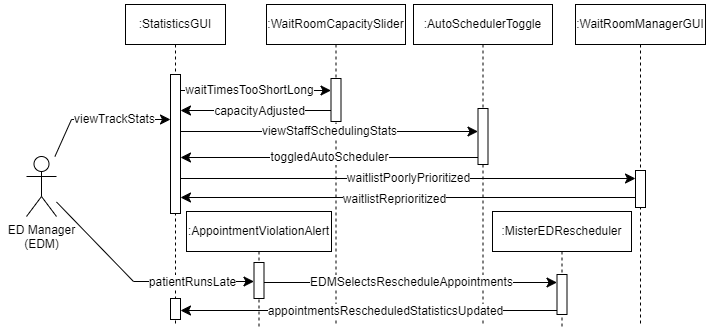
Before: AmirWork/M2/ED_Manager_SequenceDiagram.drawio.png, a diagram exported from draw.io (SENG-350-2024-fall/Team9). Source tidied: cells renumbered, new cells last; positions are measured from the earlier drawing's top-left corner, leaving out a move shared by most shapes. Source of this version:
```xml
<mxGraphModel background="#ffffff">
  <root>
    <mxCell id="0" />
    <mxCell id="1" parent="0" />
    <mxCell id="2" style="rounded=0;whiteSpace=wrap;html=1;strokeColor=none;" parent="1" vertex="1">
      <mxGeometry x="557" width="156" height="331" as="geometry" />
    </mxCell>
    <mxCell id="3" style="rounded=0;whiteSpace=wrap;html=1;strokeColor=none;" parent="1" vertex="1">
      <mxGeometry width="151" height="271" as="geometry" />
    </mxCell>
    <mxCell id="4" value=":StatisticsGUI" style="shape=umlLifeline;perimeter=lifelinePerimeter;whiteSpace=wrap;html=1;newEdgeStyle={&quot;edgeStyle&quot;:&quot;elbowEdgeStyle&quot;,&quot;elbow&quot;:&quot;vertical&quot;,&quot;curved&quot;:0,&quot;rounded&quot;:0};" parent="1" vertex="1">
      <mxGeometry x="125" y="4" width="100" height="322" as="geometry" />
    </mxCell>
    <mxCell id="5" style="html=1;points=[];perimeter=orthogonalPerimeter;outlineConnect=0;targetShapes=umlLifeline;portConstraint=eastwest;newEdgeStyle={&quot;edgeStyle&quot;:&quot;elbowEdgeStyle&quot;,&quot;elbow&quot;:&quot;vertical&quot;,&quot;curved&quot;:0,&quot;rounded&quot;:0};" parent="4" vertex="1">
      <mxGeometry x="45" y="70" width="10" height="139" as="geometry" />
    </mxCell>
    <mxCell id="6" style="html=1;points=[];perimeter=orthogonalPerimeter;outlineConnect=0;targetShapes=umlLifeline;portConstraint=eastwest;newEdgeStyle={&quot;edgeStyle&quot;:&quot;elbowEdgeStyle&quot;,&quot;elbow&quot;:&quot;vertical&quot;,&quot;curved&quot;:0,&quot;rounded&quot;:0};" parent="4" vertex="1">
      <mxGeometry x="45" y="294" width="10" height="21" as="geometry" />
    </mxCell>
    <mxCell id="7" value=":WaitRoomCapacitySlider" style="shape=umlLifeline;perimeter=lifelinePerimeter;whiteSpace=wrap;html=1;newEdgeStyle={&quot;edgeStyle&quot;:&quot;elbowEdgeStyle&quot;,&quot;elbow&quot;:&quot;vertical&quot;,&quot;curved&quot;:0,&quot;rounded&quot;:0};" parent="1" vertex="1">
      <mxGeometry x="266" y="4" width="139" height="320" as="geometry" />
    </mxCell>
    <mxCell id="8" style="html=1;points=[];perimeter=orthogonalPerimeter;outlineConnect=0;targetShapes=umlLifeline;portConstraint=eastwest;newEdgeStyle={&quot;edgeStyle&quot;:&quot;elbowEdgeStyle&quot;,&quot;elbow&quot;:&quot;vertical&quot;,&quot;curved&quot;:0,&quot;rounded&quot;:0};" parent="7" vertex="1">
      <mxGeometry x="64.5" y="74" width="10" height="43" as="geometry" />
    </mxCell>
    <mxCell id="9" style="edgeStyle=none;curved=0;rounded=0;jettySize=auto;html=1;fontSize=12;startSize=8;endSize=8;" parent="1" edge="1" source="13" target="5">
      <mxGeometry x="-0.02" y="4" relative="1" as="geometry">
        <Array as="points">
          <mxPoint x="71" y="119" />
        </Array>
      </mxGeometry>
    </mxCell>
    <mxCell id="10" value="viewTrackStats" style="edgeLabel;html=1;align=center;verticalAlign=middle;fontSize=12;" parent="9" vertex="1">
      <mxGeometry x="0.09" y="-1" relative="1" as="geometry">
        <mxPoint x="7" y="-2" as="offset" />
      </mxGeometry>
    </mxCell>
    <mxCell id="11" style="edgeStyle=none;curved=0;rounded=0;jettySize=auto;html=1;fontSize=12;startSize=8;endSize=8;" parent="1" edge="1" source="13" target="31">
      <mxGeometry relative="1" as="geometry">
        <Array as="points">
          <mxPoint x="133" y="281" />
        </Array>
      </mxGeometry>
    </mxCell>
    <mxCell id="12" value="patientRunsLate" style="edgeLabel;html=1;align=center;verticalAlign=middle;fontSize=12;" parent="11" vertex="1">
      <mxGeometry x="0.18" y="-1" relative="1" as="geometry">
        <mxPoint x="32" y="-1" as="offset" />
      </mxGeometry>
    </mxCell>
    <mxCell id="13" value="ED Manager&lt;div&gt;(EDM)&lt;/div&gt;" style="shape=umlActor;verticalLabelPosition=bottom;verticalAlign=top;html=1;outlineConnect=0;" parent="1" vertex="1">
      <mxGeometry x="26" y="156" width="30" height="60" as="geometry" />
    </mxCell>
    <mxCell id="14" style="edgeStyle=elbowEdgeStyle;curved=0;rounded=0;jettySize=auto;html=1;elbow=vertical;fontSize=12;startSize=8;endSize=8;" parent="1" edge="1" source="5" target="8">
      <mxGeometry relative="1" as="geometry">
        <Array as="points">
          <mxPoint x="232" y="90" />
        </Array>
      </mxGeometry>
    </mxCell>
    <mxCell id="15" value="waitTimesTooShortLong" style="edgeLabel;html=1;align=center;verticalAlign=middle;fontSize=12;" parent="14" vertex="1">
      <mxGeometry x="0.2" y="1" relative="1" as="geometry">
        <mxPoint x="-22" as="offset" />
      </mxGeometry>
    </mxCell>
    <mxCell id="16" style="edgeStyle=elbowEdgeStyle;curved=0;rounded=0;jettySize=auto;html=1;elbow=vertical;fontSize=12;startSize=8;endSize=8;" parent="1" edge="1" source="8" target="5">
      <mxGeometry relative="1" as="geometry">
        <Array as="points">
          <mxPoint x="254" y="110" />
        </Array>
      </mxGeometry>
    </mxCell>
    <mxCell id="17" value="capacityAdjusted" style="edgeLabel;html=1;align=center;verticalAlign=middle;fontSize=12;" parent="16" vertex="1">
      <mxGeometry x="-0.05" relative="1" as="geometry" />
    </mxCell>
    <mxCell id="18" value=":AutoSchedulerToggle" style="shape=umlLifeline;perimeter=lifelinePerimeter;whiteSpace=wrap;html=1;newEdgeStyle={&quot;edgeStyle&quot;:&quot;elbowEdgeStyle&quot;,&quot;elbow&quot;:&quot;vertical&quot;,&quot;curved&quot;:0,&quot;rounded&quot;:0};" parent="1" vertex="1">
      <mxGeometry x="413" y="4" width="139" height="319" as="geometry" />
    </mxCell>
    <mxCell id="19" style="html=1;points=[];perimeter=orthogonalPerimeter;outlineConnect=0;targetShapes=umlLifeline;portConstraint=eastwest;newEdgeStyle={&quot;edgeStyle&quot;:&quot;elbowEdgeStyle&quot;,&quot;elbow&quot;:&quot;vertical&quot;,&quot;curved&quot;:0,&quot;rounded&quot;:0};" parent="18" vertex="1">
      <mxGeometry x="64.5" y="104" width="10" height="56" as="geometry" />
    </mxCell>
    <mxCell id="20" value="viewStaffSchedulingStats" style="edgeStyle=elbowEdgeStyle;curved=0;rounded=0;jettySize=auto;html=1;elbow=vertical;fontSize=12;startSize=8;endSize=8;" parent="1" edge="1" source="5" target="19">
      <mxGeometry relative="1" as="geometry">
        <Array as="points">
          <mxPoint x="334" y="131" />
        </Array>
      </mxGeometry>
    </mxCell>
    <mxCell id="21" value="toggledAutoScheduler" style="edgeStyle=elbowEdgeStyle;curved=0;rounded=0;jettySize=auto;html=1;elbow=vertical;fontSize=12;startSize=8;endSize=8;" parent="1" edge="1" source="19" target="5">
      <mxGeometry relative="1" as="geometry">
        <Array as="points">
          <mxPoint x="335" y="157" />
        </Array>
      </mxGeometry>
    </mxCell>
    <mxCell id="22" value=":WaitRoomManagerGUI" style="shape=umlLifeline;perimeter=lifelinePerimeter;whiteSpace=wrap;html=1;outlineConnect=0;portConstraint=eastwest;newEdgeStyle={&quot;edgeStyle&quot;:&quot;elbowEdgeStyle&quot;,&quot;elbow&quot;:&quot;vertical&quot;,&quot;curved&quot;:0,&quot;rounded&quot;:0};" parent="1" vertex="1">
      <mxGeometry x="575" y="4" width="130" height="322" as="geometry" />
    </mxCell>
    <mxCell id="23" style="edgeStyle=elbowEdgeStyle;curved=0;rounded=0;jettySize=auto;html=1;elbow=vertical;fontSize=12;startSize=8;endSize=8;" parent="22" edge="1" source="26" target="22">
      <mxGeometry relative="1" as="geometry" />
    </mxCell>
    <mxCell id="24" style="edgeStyle=elbowEdgeStyle;curved=0;rounded=0;jettySize=auto;html=1;elbow=vertical;fontSize=12;startSize=8;endSize=8;" parent="22" edge="1" source="26" target="22">
      <mxGeometry relative="1" as="geometry" />
    </mxCell>
    <mxCell id="25" style="edgeStyle=elbowEdgeStyle;curved=0;rounded=0;jettySize=auto;html=1;elbow=vertical;fontSize=12;startSize=8;endSize=8;" parent="22" edge="1" source="26" target="22">
      <mxGeometry relative="1" as="geometry" />
    </mxCell>
    <mxCell id="26" style="html=1;points=[];perimeter=orthogonalPerimeter;outlineConnect=0;targetShapes=umlLifeline;portConstraint=eastwest;newEdgeStyle={&quot;edgeStyle&quot;:&quot;elbowEdgeStyle&quot;,&quot;elbow&quot;:&quot;vertical&quot;,&quot;curved&quot;:0,&quot;rounded&quot;:0};" parent="22" vertex="1">
      <mxGeometry x="60" y="166" width="10" height="37" as="geometry" />
    </mxCell>
    <mxCell id="27" value="waitlistPoorlyPrioritized" style="edgeStyle=elbowEdgeStyle;curved=0;rounded=0;jettySize=auto;html=1;elbow=vertical;fontSize=12;startSize=8;endSize=8;" parent="1" edge="1" source="5" target="26">
      <mxGeometry relative="1" as="geometry">
        <Array as="points">
          <mxPoint x="399" y="178" />
        </Array>
      </mxGeometry>
    </mxCell>
    <mxCell id="28" style="edgeStyle=elbowEdgeStyle;curved=0;rounded=0;jettySize=auto;html=1;elbow=vertical;fontSize=12;startSize=8;endSize=8;" parent="1" edge="1" source="26" target="5">
      <mxGeometry relative="1" as="geometry">
        <Array as="points">
          <mxPoint x="404" y="197" />
        </Array>
      </mxGeometry>
    </mxCell>
    <mxCell id="29" value="waitlistReprioritized" style="edgeLabel;html=1;align=center;verticalAlign=middle;fontSize=12;" parent="28" vertex="1">
      <mxGeometry x="0.06" y="1" relative="1" as="geometry" />
    </mxCell>
    <mxCell id="30" value=":AppointmentViolationAlert" style="shape=umlLifeline;perimeter=lifelinePerimeter;whiteSpace=wrap;html=1;newEdgeStyle={&quot;edgeStyle&quot;:&quot;elbowEdgeStyle&quot;,&quot;elbow&quot;:&quot;vertical&quot;,&quot;curved&quot;:0,&quot;rounded&quot;:0};" parent="1" vertex="1">
      <mxGeometry x="186" y="211" width="145" height="116" as="geometry" />
    </mxCell>
    <mxCell id="31" style="html=1;points=[];perimeter=orthogonalPerimeter;outlineConnect=0;targetShapes=umlLifeline;portConstraint=eastwest;newEdgeStyle={&quot;edgeStyle&quot;:&quot;elbowEdgeStyle&quot;,&quot;elbow&quot;:&quot;vertical&quot;,&quot;curved&quot;:0,&quot;rounded&quot;:0};" parent="30" vertex="1">
      <mxGeometry x="67.5" y="51" width="10" height="36" as="geometry" />
    </mxCell>
    <mxCell id="32" value=":MisterEDRescheduler" style="shape=umlLifeline;perimeter=lifelinePerimeter;whiteSpace=wrap;html=1;newEdgeStyle={&quot;edgeStyle&quot;:&quot;elbowEdgeStyle&quot;,&quot;elbow&quot;:&quot;vertical&quot;,&quot;curved&quot;:0,&quot;rounded&quot;:0};" parent="1" vertex="1">
      <mxGeometry x="492" y="211" width="139" height="117" as="geometry" />
    </mxCell>
    <mxCell id="33" style="html=1;points=[];perimeter=orthogonalPerimeter;outlineConnect=0;targetShapes=umlLifeline;portConstraint=eastwest;newEdgeStyle={&quot;edgeStyle&quot;:&quot;elbowEdgeStyle&quot;,&quot;elbow&quot;:&quot;vertical&quot;,&quot;curved&quot;:0,&quot;rounded&quot;:0};" parent="32" vertex="1">
      <mxGeometry x="64.5" y="63" width="10" height="40" as="geometry" />
    </mxCell>
    <mxCell id="34" value="EDMSelectsRescheduleAppointments" style="edgeStyle=elbowEdgeStyle;curved=0;rounded=0;jettySize=auto;html=1;elbow=vertical;fontSize=12;startSize=8;endSize=8;" parent="1" edge="1" source="31" target="33">
      <mxGeometry relative="1" as="geometry">
        <Array as="points">
          <mxPoint x="408" y="282" />
        </Array>
      </mxGeometry>
    </mxCell>
    <mxCell id="35" style="edgeStyle=elbowEdgeStyle;curved=0;rounded=0;jettySize=auto;html=1;elbow=vertical;fontSize=12;startSize=8;endSize=8;" parent="1" edge="1" source="33" target="6">
      <mxGeometry relative="1" as="geometry">
        <Array as="points">
          <mxPoint x="372" y="310" />
        </Array>
      </mxGeometry>
    </mxCell>
    <mxCell id="36" value="appointmentsRescheduledStatisticsUpdated" style="edgeLabel;html=1;align=center;verticalAlign=middle;fontSize=12;" parent="35" vertex="1">
      <mxGeometry x="-0.09" relative="1" as="geometry" />
    </mxCell>
  </root>
</mxGraphModel>
```
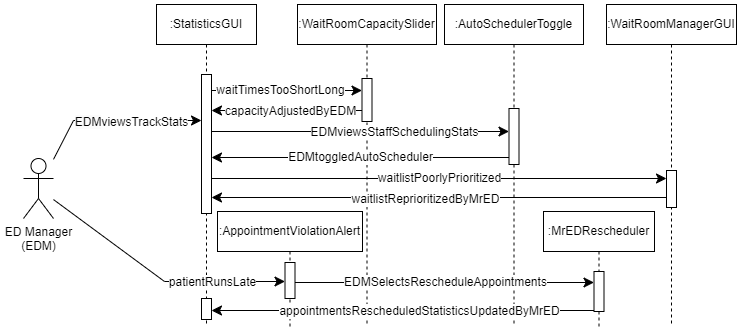
Later version of the same file.

What changed in the source:
```diff
@@ -6,7 +6,7 @@
       <mxGeometry x="557" width="156" height="331" as="geometry" />
     </mxCell>
     <mxCell id="3" style="rounded=0;whiteSpace=wrap;html=1;strokeColor=none;" parent="1" vertex="1">
-      <mxGeometry width="151" height="271" as="geometry" />
+      <mxGeometry x="-31" width="182" height="271" as="geometry" />
     </mxCell>
     <mxCell id="4" value=":StatisticsGUI" style="shape=umlLifeline;perimeter=lifelinePerimeter;whiteSpace=wrap;html=1;newEdgeStyle={&quot;edgeStyle&quot;:&quot;elbowEdgeStyle&quot;,&quot;elbow&quot;:&quot;vertical&quot;,&quot;curved&quot;:0,&quot;rounded&quot;:0};" parent="1" vertex="1">
       <mxGeometry x="125" y="4" width="100" height="322" as="geometry" />
@@ -26,13 +26,13 @@
     <mxCell id="9" style="edgeStyle=none;curved=0;rounded=0;jettySize=auto;html=1;fontSize=12;startSize=8;endSize=8;" parent="1" edge="1" source="13" target="5">
       <mxGeometry x="-0.02" y="4" relative="1" as="geometry">
         <Array as="points">
-          <mxPoint x="71" y="119" />
+          <mxPoint x="42" y="120" />
         </Array>
       </mxGeometry>
     </mxCell>
-    <mxCell id="10" value="viewTrackStats" style="edgeLabel;html=1;align=center;verticalAlign=middle;fontSize=12;" parent="9" vertex="1">
+    <mxCell id="10" value="&lt;span style=&quot;background-color: rgb(251, 251, 251);&quot;&gt;EDM&lt;/span&gt;viewsTrackStats" style="edgeLabel;html=1;align=center;verticalAlign=middle;fontSize=12;" parent="9" vertex="1">
       <mxGeometry x="0.09" y="-1" relative="1" as="geometry">
-        <mxPoint x="7" y="-2" as="offset" />
+        <mxPoint x="8" as="offset" />
       </mxGeometry>
     </mxCell>
     <mxCell id="11" style="edgeStyle=none;curved=0;rounded=0;jettySize=auto;html=1;fontSize=12;startSize=8;endSize=8;" parent="1" edge="1" source="13" target="31">
@@ -48,7 +48,7 @@
       </mxGeometry>
     </mxCell>
     <mxCell id="13" value="ED Manager&lt;div&gt;(EDM)&lt;/div&gt;" style="shape=umlActor;verticalLabelPosition=bottom;verticalAlign=top;html=1;outlineConnect=0;" parent="1" vertex="1">
-      <mxGeometry x="26" y="156" width="30" height="60" as="geometry" />
+      <mxGeometry x="-8" y="158" width="30" height="60" as="geometry" />
     </mxCell>
     <mxCell id="14" style="edgeStyle=elbowEdgeStyle;curved=0;rounded=0;jettySize=auto;html=1;elbow=vertical;fontSize=12;startSize=8;endSize=8;" parent="1" edge="1" source="5" target="8">
       <mxGeometry relative="1" as="geometry">
@@ -69,7 +69,7 @@
         </Array>
       </mxGeometry>
     </mxCell>
-    <mxCell id="17" value="capacityAdjusted" style="edgeLabel;html=1;align=center;verticalAlign=middle;fontSize=12;" parent="16" vertex="1">
+    <mxCell id="17" value="capacityAdjustedByEDM" style="edgeLabel;html=1;align=center;verticalAlign=middle;fontSize=12;" parent="16" vertex="1">
       <mxGeometry x="-0.05" relative="1" as="geometry" />
     </mxCell>
     <mxCell id="18" value=":AutoSchedulerToggle" style="shape=umlLifeline;perimeter=lifelinePerimeter;whiteSpace=wrap;html=1;newEdgeStyle={&quot;edgeStyle&quot;:&quot;elbowEdgeStyle&quot;,&quot;elbow&quot;:&quot;vertical&quot;,&quot;curved&quot;:0,&quot;rounded&quot;:0};" parent="1" vertex="1">
@@ -78,14 +78,19 @@
     <mxCell id="19" style="html=1;points=[];perimeter=orthogonalPerimeter;outlineConnect=0;targetShapes=umlLifeline;portConstraint=eastwest;newEdgeStyle={&quot;edgeStyle&quot;:&quot;elbowEdgeStyle&quot;,&quot;elbow&quot;:&quot;vertical&quot;,&quot;curved&quot;:0,&quot;rounded&quot;:0};" parent="18" vertex="1">
       <mxGeometry x="64.5" y="104" width="10" height="56" as="geometry" />
     </mxCell>
-    <mxCell id="20" value="viewStaffSchedulingStats" style="edgeStyle=elbowEdgeStyle;curved=0;rounded=0;jettySize=auto;html=1;elbow=vertical;fontSize=12;startSize=8;endSize=8;" parent="1" edge="1" source="5" target="19">
-      <mxGeometry relative="1" as="geometry">
+    <mxCell id="20" style="edgeStyle=elbowEdgeStyle;curved=0;rounded=0;jettySize=auto;html=1;elbow=vertical;fontSize=12;startSize=8;endSize=8;" parent="1" edge="1" source="5" target="19">
+      <mxGeometry x="-0.07" y="-3" relative="1" as="geometry">
         <Array as="points">
           <mxPoint x="334" y="131" />
         </Array>
       </mxGeometry>
     </mxCell>
+    <mxCell id="37" value="EDMviewsStaffSchedulingStats" style="edgeLabel;html=1;align=center;verticalAlign=middle;fontSize=12;" parent="20" vertex="1">
+      <mxGeometry x="0.35" y="1" relative="1" as="geometry">
+        <mxPoint x="-19" y="1" as="offset" />
+      </mxGeometry>
+    </mxCell>
-    <mxCell id="21" value="toggledAutoScheduler" style="edgeStyle=elbowEdgeStyle;curved=0;rounded=0;jettySize=auto;html=1;elbow=vertical;fontSize=12;startSize=8;endSize=8;" parent="1" edge="1" source="19" target="5">
+    <mxCell id="21" value="EDMtoggledAutoScheduler" style="edgeStyle=elbowEdgeStyle;curved=0;rounded=0;jettySize=auto;html=1;elbow=vertical;fontSize=12;startSize=8;endSize=8;" parent="1" edge="1" source="19" target="5">
       <mxGeometry relative="1" as="geometry">
         <Array as="points">
           <mxPoint x="335" y="157" />
@@ -121,7 +126,7 @@
         </Array>
       </mxGeometry>
     </mxCell>
-    <mxCell id="29" value="waitlistReprioritized" style="edgeLabel;html=1;align=center;verticalAlign=middle;fontSize=12;" parent="28" vertex="1">
+    <mxCell id="29" value="waitlistReprioritizedByMrED" style="edgeLabel;html=1;align=center;verticalAlign=middle;fontSize=12;" parent="28" vertex="1">
       <mxGeometry x="0.06" y="1" relative="1" as="geometry" />
     </mxCell>
     <mxCell id="30" value=":AppointmentViolationAlert" style="shape=umlLifeline;perimeter=lifelinePerimeter;whiteSpace=wrap;html=1;newEdgeStyle={&quot;edgeStyle&quot;:&quot;elbowEdgeStyle&quot;,&quot;elbow&quot;:&quot;vertical&quot;,&quot;curved&quot;:0,&quot;rounded&quot;:0};" parent="1" vertex="1">
@@ -130,11 +135,11 @@
     <mxCell id="31" style="html=1;points=[];perimeter=orthogonalPerimeter;outlineConnect=0;targetShapes=umlLifeline;portConstraint=eastwest;newEdgeStyle={&quot;edgeStyle&quot;:&quot;elbowEdgeStyle&quot;,&quot;elbow&quot;:&quot;vertical&quot;,&quot;curved&quot;:0,&quot;rounded&quot;:0};" parent="30" vertex="1">
       <mxGeometry x="67.5" y="51" width="10" height="36" as="geometry" />
     </mxCell>
-    <mxCell id="32" value=":MisterEDRescheduler" style="shape=umlLifeline;perimeter=lifelinePerimeter;whiteSpace=wrap;html=1;newEdgeStyle={&quot;edgeStyle&quot;:&quot;elbowEdgeStyle&quot;,&quot;elbow&quot;:&quot;vertical&quot;,&quot;curved&quot;:0,&quot;rounded&quot;:0};" parent="1" vertex="1">
-      <mxGeometry x="492" y="211" width="139" height="117" as="geometry" />
+    <mxCell id="32" value=":MrEDRescheduler" style="shape=umlLifeline;perimeter=lifelinePerimeter;whiteSpace=wrap;html=1;newEdgeStyle={&quot;edgeStyle&quot;:&quot;elbowEdgeStyle&quot;,&quot;elbow&quot;:&quot;vertical&quot;,&quot;curved&quot;:0,&quot;rounded&quot;:0};" parent="1" vertex="1">
+      <mxGeometry x="512" y="211" width="111" height="117" as="geometry" />
     </mxCell>
     <mxCell id="33" style="html=1;points=[];perimeter=orthogonalPerimeter;outlineConnect=0;targetShapes=umlLifeline;portConstraint=eastwest;newEdgeStyle={&quot;edgeStyle&quot;:&quot;elbowEdgeStyle&quot;,&quot;elbow&quot;:&quot;vertical&quot;,&quot;curved&quot;:0,&quot;rounded&quot;:0};" parent="32" vertex="1">
-      <mxGeometry x="64.5" y="63" width="10" height="40" as="geometry" />
+      <mxGeometry x="50.5" y="60" width="10" height="40" as="geometry" />
     </mxCell>
     <mxCell id="34" value="EDMSelectsRescheduleAppointments" style="edgeStyle=elbowEdgeStyle;curved=0;rounded=0;jettySize=auto;html=1;elbow=vertical;fontSize=12;startSize=8;endSize=8;" parent="1" edge="1" source="31" target="33">
       <mxGeometry relative="1" as="geometry">
@@ -150,7 +155,7 @@
         </Array>
       </mxGeometry>
     </mxCell>
-    <mxCell id="36" value="appointmentsRescheduledStatisticsUpdated" style="edgeLabel;html=1;align=center;verticalAlign=middle;fontSize=12;" parent="35" vertex="1">
+    <mxCell id="36" value="appointmentsRescheduledStatisticsUpdatedByMrED" style="edgeLabel;html=1;align=center;verticalAlign=middle;fontSize=12;" parent="35" vertex="1">
       <mxGeometry x="-0.09" relative="1" as="geometry" />
     </mxCell>
   </root>
```
